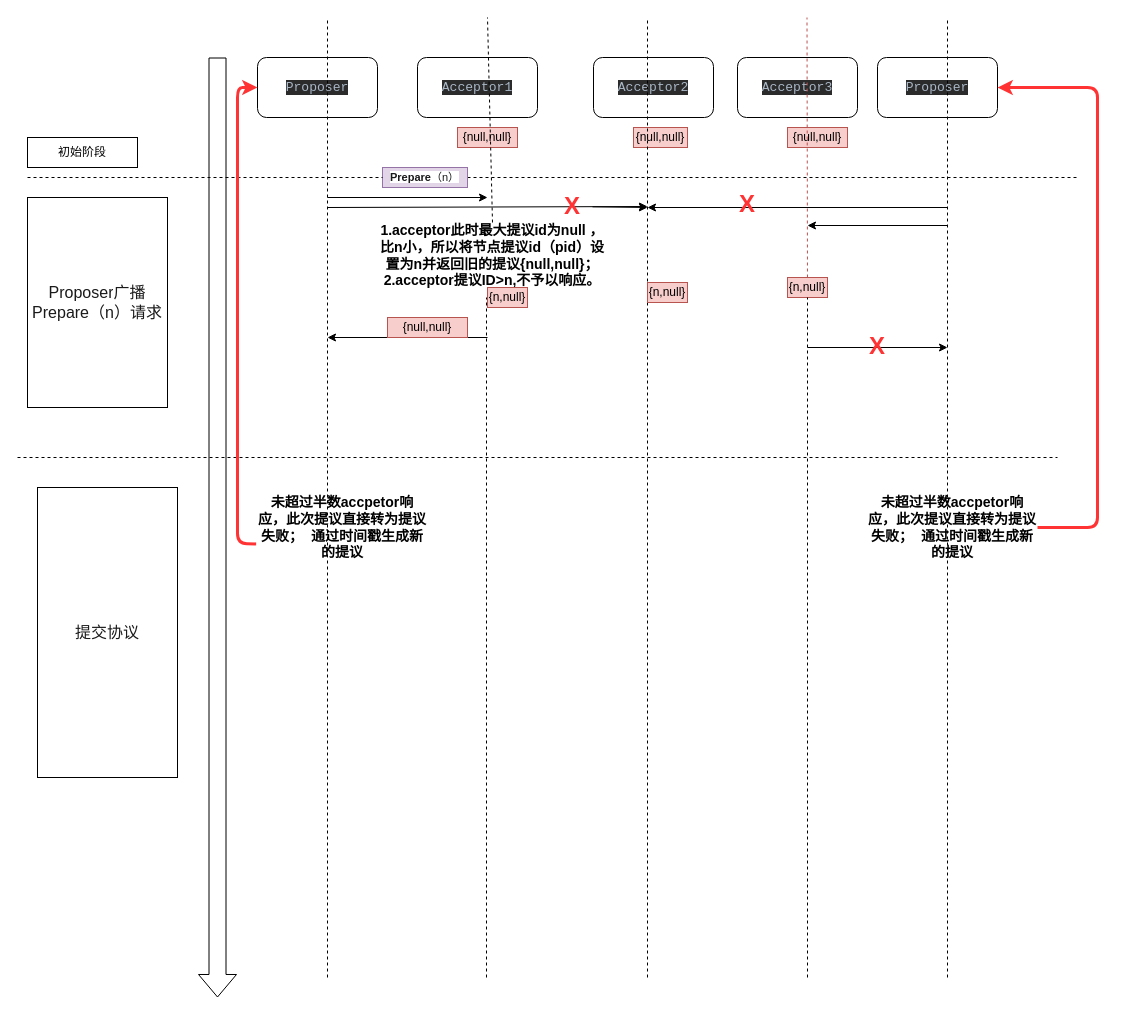
852438143/drawIo keeps this draw.io diagram as paxos案例二分析.drawio. Above is the earlier version. Source tidied: cells renumbered, new cells numbered last; positions are measured from the earlier drawing's top-left corner, leaving out a move shared by most shapes. Both pictures are drawn from the tidied source at 100%, with x=0, y=0 at pixel (17, 17).
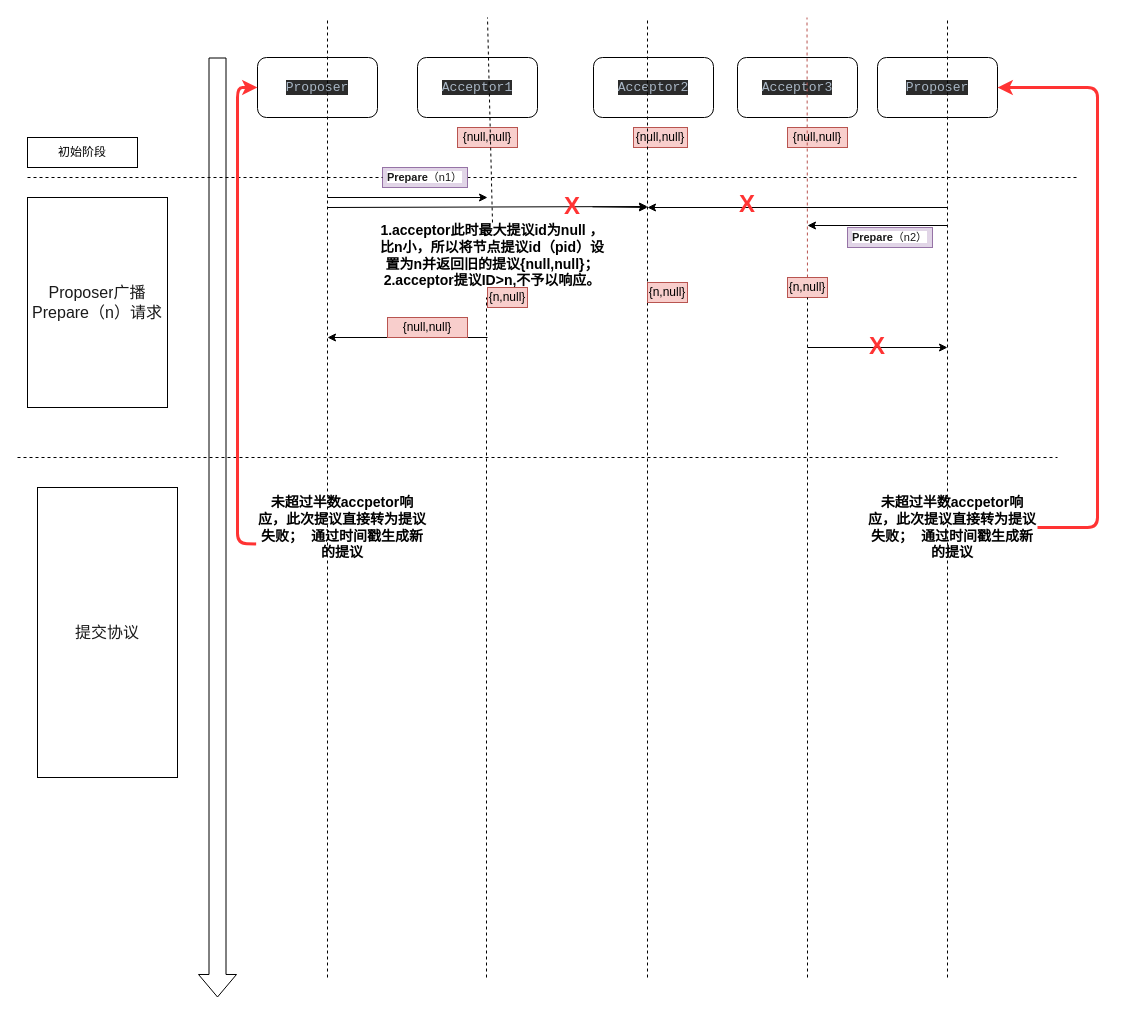
The same diagram, later.

Commit message (it also covers changes not shown here):
Update paxos案例二分析.drawio

What changed in the source:
```diff
@@
-    <mxCell id="26" value="&lt;span style=&quot;color: rgb(26 , 26 , 26) ; text-align: left ; background-color: rgb(255 , 255 , 255) ; font-size: 11px&quot;&gt;&lt;b&gt;Prepare&lt;/b&gt;（n）&lt;/span&gt;" style="text;html=1;strokeColor=#9673a6;fillColor=#e1d5e7;align=center;verticalAlign=middle;whiteSpace=wrap;rounded=0;" parent="1" vertex="1">
+    <mxCell id="26" value="&lt;span style=&quot;color: rgb(26 , 26 , 26) ; text-align: left ; background-color: rgb(255 , 255 , 255) ; font-size: 11px&quot;&gt;&lt;b&gt;Prepare&lt;/b&gt;（n1）&lt;/span&gt;" style="text;html=1;strokeColor=#9673a6;fillColor=#e1d5e7;align=center;verticalAlign=middle;whiteSpace=wrap;rounded=0;" parent="1" vertex="1">
       <mxGeometry x="365" y="150" width="85" height="20" as="geometry" />
     </mxCell>
@@
+    <mxCell id="44" value="&lt;span style=&quot;color: rgb(26 , 26 , 26) ; text-align: left ; background-color: rgb(255 , 255 , 255) ; font-size: 11px&quot;&gt;&lt;b&gt;Prepare&lt;/b&gt;（n2）&lt;/span&gt;" style="text;html=1;strokeColor=#9673a6;fillColor=#e1d5e7;align=center;verticalAlign=middle;whiteSpace=wrap;rounded=0;" parent="1" vertex="1">
+      <mxGeometry x="830" y="210" width="85" height="20" as="geometry" />
+    </mxCell>
```
